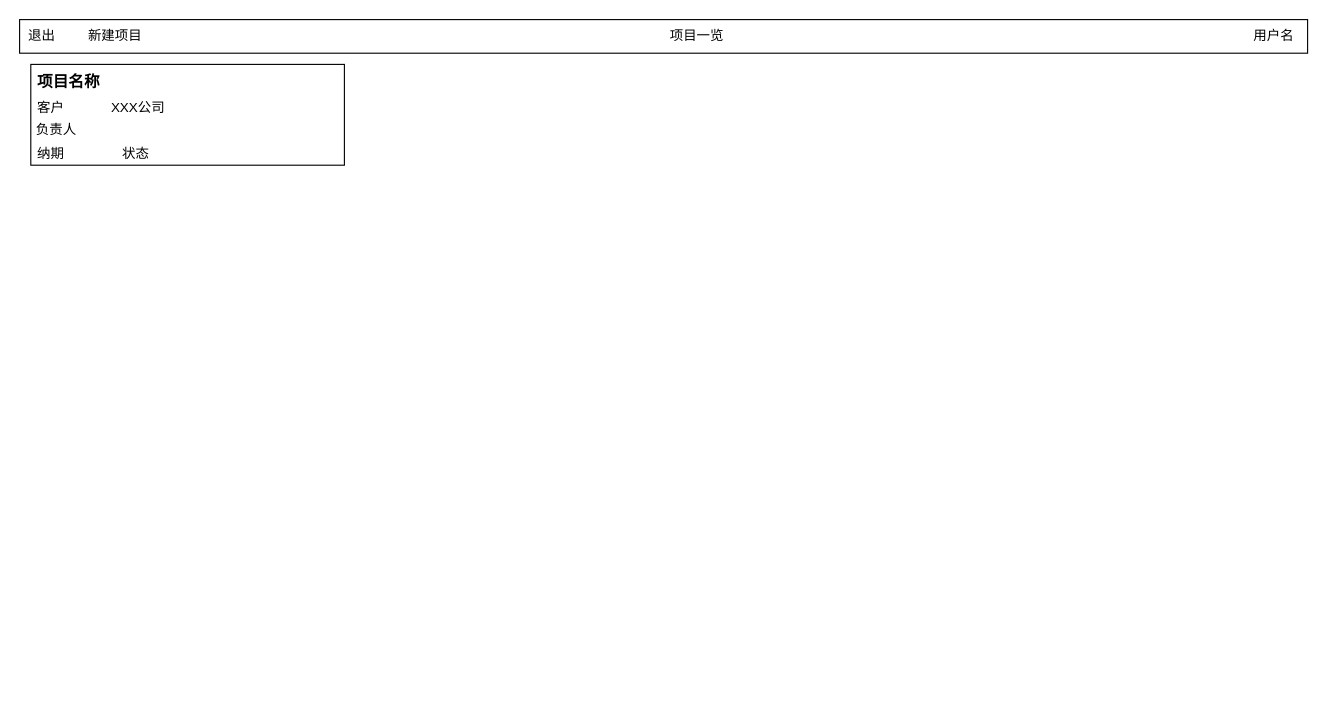
Above: page "pm-projects" (2 of 24) of project-in-action/software-develop-management-system/doc/design/ui/sdms.drawio in callistoctopus/project-all-in-one (draw.io), before the change. Source tidied: cells renumbered, new cells numbered last; positions are measured from the earlier drawing's top-left corner, leaving out a move shared by most shapes. Both pictures are drawn from the tidied source at 112%, with x=0, y=0 at pixel (19, 19).
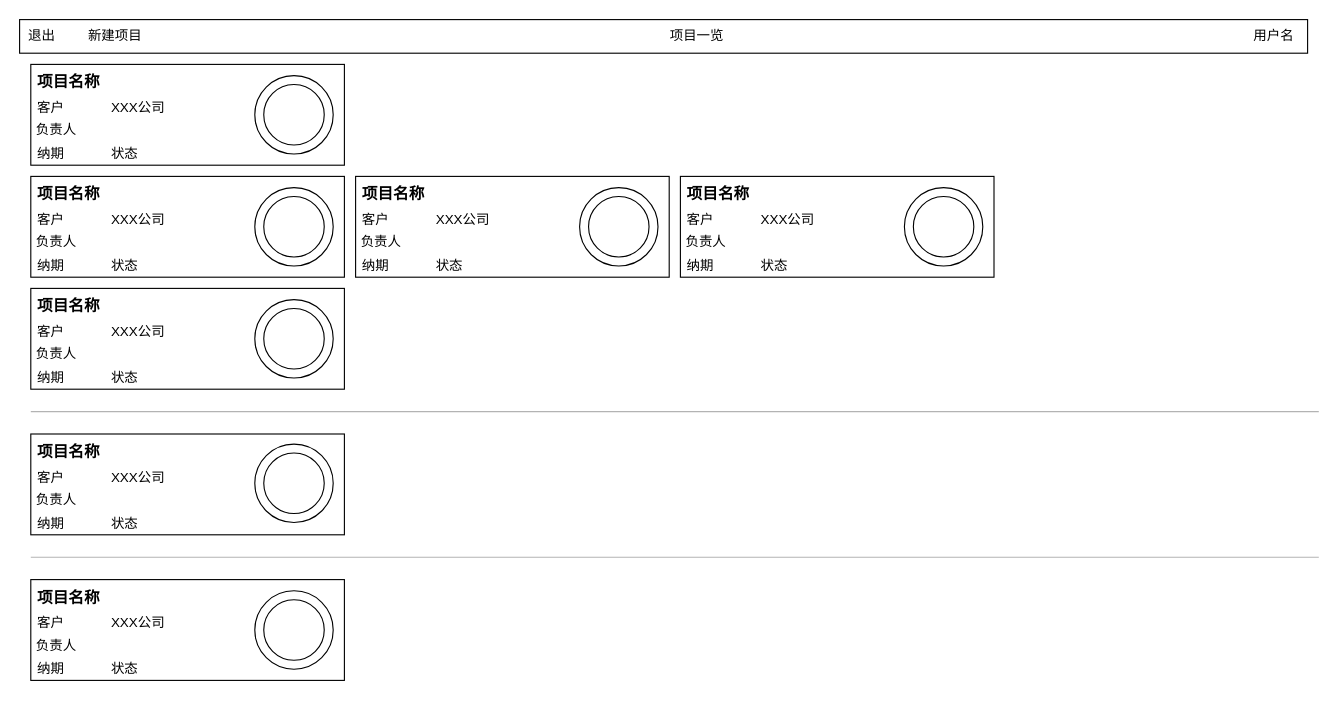
After the change.

What changed in the source:
```diff
@@
     <mxCell id="10" value="状态" style="text;html=1;strokeColor=none;fillColor=none;align=left;verticalAlign=middle;whiteSpace=wrap;rounded=0;" parent="1" vertex="1">
-      <mxGeometry x="90" y="109" width="50" height="22" as="geometry" />
+      <mxGeometry x="80" y="109" width="50" height="22" as="geometry" />
     </mxCell>
@@
+    <mxCell id="14" style="rounded=0;whiteSpace=wrap;html=1;" parent="1" vertex="1">
+      <mxGeometry x="10" y="140" width="280" height="90" as="geometry" />
+    </mxCell>
+    <mxCell id="15" value="项目名称" style="text;html=1;strokeColor=none;fillColor=none;align=left;verticalAlign=middle;whiteSpace=wrap;rounded=0;fontStyle=1;fontSize=14;" parent="1" vertex="1">
+      <mxGeometry x="14" y="146" width="120" height="20" as="geometry" />
+    </mxCell>
+    <mxCell id="16" value="XXX公司" style="text;html=1;strokeColor=none;fillColor=none;align=left;verticalAlign=middle;whiteSpace=wrap;rounded=0;" parent="1" vertex="1">
+      <mxGeometry x="80" y="169" width="60" height="20" as="geometry" />
+    </mxCell>
+    <mxCell id="17" value="负责人" style="text;html=1;strokeColor=none;fillColor=none;align=left;verticalAlign=middle;whiteSpace=wrap;rounded=0;" parent="1" vertex="1">
+      <mxGeometry x="13" y="189" width="40" height="20" as="geometry" />
+    </mxCell>
+    <mxCell id="18" value="纳期" style="text;html=1;strokeColor=none;fillColor=none;align=left;verticalAlign=middle;whiteSpace=wrap;rounded=0;" parent="1" vertex="1">
+      <mxGeometry x="14" y="209" width="50" height="22" as="geometry" />
+    </mxCell>
+    <mxCell id="19" value="状态" style="text;html=1;strokeColor=none;fillColor=none;align=left;verticalAlign=middle;whiteSpace=wrap;rounded=0;" parent="1" vertex="1">
+      <mxGeometry x="80" y="209" width="50" height="22" as="geometry" />
+    </mxCell>
+    <mxCell id="20" value="客户" style="text;html=1;strokeColor=none;fillColor=none;align=left;verticalAlign=middle;whiteSpace=wrap;rounded=0;" parent="1" vertex="1">
+      <mxGeometry x="14" y="169" width="40" height="20" as="geometry" />
+    </mxCell>
+    <mxCell id="21" style="rounded=0;whiteSpace=wrap;html=1;" parent="1" vertex="1">
+      <mxGeometry x="300" y="140" width="280" height="90" as="geometry" />
+    </mxCell>
+    <mxCell id="22" value="项目名称" style="text;html=1;strokeColor=none;fillColor=none;align=left;verticalAlign=middle;whiteSpace=wrap;rounded=0;fontStyle=1;fontSize=14;" parent="1" vertex="1">
+      <mxGeometry x="304" y="146" width="120" height="20" as="geometry" />
+    </mxCell>
+    <mxCell id="23" value="XXX公司" style="text;html=1;strokeColor=none;fillColor=none;align=left;verticalAlign=middle;whiteSpace=wrap;rounded=0;" parent="1" vertex="1">
+      <mxGeometry x="370" y="169" width="60" height="20" as="geometry" />
+    </mxCell>
+    <mxCell id="24" value="负责人" style="text;html=1;strokeColor=none;fillColor=none;align=left;verticalAlign=middle;whiteSpace=wrap;rounded=0;" parent="1" vertex="1">
+      <mxGeometry x="303" y="189" width="40" height="20" as="geometry" />
+    </mxCell>
+    <mxCell id="25" value="纳期" style="text;html=1;strokeColor=none;fillColor=none;align=left;verticalAlign=middle;whiteSpace=wrap;rounded=0;" parent="1" vertex="1">
+      <mxGeometry x="304" y="209" width="50" height="22" as="geometry" />
+    </mxCell>
+    <mxCell id="26" value="状态" style="text;html=1;strokeColor=none;fillColor=none;align=left;verticalAlign=middle;whiteSpace=wrap;rounded=0;" parent="1" vertex="1">
+      <mxGeometry x="370" y="209" width="50" height="22" as="geometry" />
+    </mxCell>
+    <mxCell id="27" value="客户" style="text;html=1;strokeColor=none;fillColor=none;align=left;verticalAlign=middle;whiteSpace=wrap;rounded=0;" parent="1" vertex="1">
+      <mxGeometry x="304" y="169" width="40" height="20" as="geometry" />
+    </mxCell>
+    <mxCell id="28" style="rounded=0;whiteSpace=wrap;html=1;" parent="1" vertex="1">
+      <mxGeometry x="590" y="140" width="280" height="90" as="geometry" />
+    </mxCell>
+    <mxCell id="29" value="项目名称" style="text;html=1;strokeColor=none;fillColor=none;align=left;verticalAlign=middle;whiteSpace=wrap;rounded=0;fontStyle=1;fontSize=14;" parent="1" vertex="1">
+      <mxGeometry x="594" y="146" width="120" height="20" as="geometry" />
+    </mxCell>
+    <mxCell id="30" value="XXX公司" style="text;html=1;strokeColor=none;fillColor=none;align=left;verticalAlign=middle;whiteSpace=wrap;rounded=0;" parent="1" vertex="1">
+      <mxGeometry x="660" y="169" width="60" height="20" as="geometry" />
+    </mxCell>
+    <mxCell id="31" value="负责人" style="text;html=1;strokeColor=none;fillColor=none;align=left;verticalAlign=middle;whiteSpace=wrap;rounded=0;" parent="1" vertex="1">
+      <mxGeometry x="593" y="189" width="40" height="20" as="geometry" />
+    </mxCell>
+    <mxCell id="32" value="纳期" style="text;html=1;strokeColor=none;fillColor=none;align=left;verticalAlign=middle;whiteSpace=wrap;rounded=0;" parent="1" vertex="1">
+      <mxGeometry x="594" y="209" width="50" height="22" as="geometry" />
+    </mxCell>
+    <mxCell id="33" value="状态" style="text;html=1;strokeColor=none;fillColor=none;align=left;verticalAlign=middle;whiteSpace=wrap;rounded=0;" parent="1" vertex="1">
+      <mxGeometry x="660" y="209" width="50" height="22" as="geometry" />
+    </mxCell>
+    <mxCell id="34" value="客户" style="text;html=1;strokeColor=none;fillColor=none;align=left;verticalAlign=middle;whiteSpace=wrap;rounded=0;" parent="1" vertex="1">
+      <mxGeometry x="594" y="169" width="40" height="20" as="geometry" />
+    </mxCell>
+    <mxCell id="35" style="rounded=0;whiteSpace=wrap;html=1;" parent="1" vertex="1">
+      <mxGeometry x="10" y="240" width="280" height="90" as="geometry" />
+    </mxCell>
+    <mxCell id="36" value="项目名称" style="text;html=1;strokeColor=none;fillColor=none;align=left;verticalAlign=middle;whiteSpace=wrap;rounded=0;fontStyle=1;fontSize=14;" parent="1" vertex="1">
+      <mxGeometry x="14" y="246" width="120" height="20" as="geometry" />
+    </mxCell>
+    <mxCell id="37" value="XXX公司" style="text;html=1;strokeColor=none;fillColor=none;align=left;verticalAlign=middle;whiteSpace=wrap;rounded=0;" parent="1" vertex="1">
+      <mxGeometry x="80" y="269" width="60" height="20" as="geometry" />
+    </mxCell>
+    <mxCell id="38" value="负责人" style="text;html=1;strokeColor=none;fillColor=none;align=left;verticalAlign=middle;whiteSpace=wrap;rounded=0;" parent="1" vertex="1">
+      <mxGeometry x="13" y="289" width="40" height="20" as="geometry" />
+    </mxCell>
+    <mxCell id="39" value="纳期" style="text;html=1;strokeColor=none;fillColor=none;align=left;verticalAlign=middle;whiteSpace=wrap;rounded=0;" parent="1" vertex="1">
+      <mxGeometry x="14" y="309" width="50" height="22" as="geometry" />
+    </mxCell>
+    <mxCell id="40" value="状态" style="text;html=1;strokeColor=none;fillColor=none;align=left;verticalAlign=middle;whiteSpace=wrap;rounded=0;" parent="1" vertex="1">
+      <mxGeometry x="80" y="309" width="50" height="22" as="geometry" />
+    </mxCell>
+    <mxCell id="41" value="客户" style="text;html=1;strokeColor=none;fillColor=none;align=left;verticalAlign=middle;whiteSpace=wrap;rounded=0;" parent="1" vertex="1">
+      <mxGeometry x="14" y="269" width="40" height="20" as="geometry" />
+    </mxCell>
+    <mxCell id="42" style="rounded=0;whiteSpace=wrap;html=1;" parent="1" vertex="1">
+      <mxGeometry x="10" y="370" width="280" height="90" as="geometry" />
+    </mxCell>
+    <mxCell id="43" value="项目名称" style="text;html=1;strokeColor=none;fillColor=none;align=left;verticalAlign=middle;whiteSpace=wrap;rounded=0;fontStyle=1;fontSize=14;" parent="1" vertex="1">
+      <mxGeometry x="14" y="376" width="120" height="20" as="geometry" />
+    </mxCell>
+    <mxCell id="44" value="XXX公司" style="text;html=1;strokeColor=none;fillColor=none;align=left;verticalAlign=middle;whiteSpace=wrap;rounded=0;" parent="1" vertex="1">
+      <mxGeometry x="80" y="399" width="60" height="20" as="geometry" />
+    </mxCell>
+    <mxCell id="45" value="负责人" style="text;html=1;strokeColor=none;fillColor=none;align=left;verticalAlign=middle;whiteSpace=wrap;rounded=0;" parent="1" vertex="1">
+      <mxGeometry x="13" y="419" width="40" height="20" as="geometry" />
+    </mxCell>
+    <mxCell id="46" value="纳期" style="text;html=1;strokeColor=none;fillColor=none;align=left;verticalAlign=middle;whiteSpace=wrap;rounded=0;" parent="1" vertex="1">
+      <mxGeometry x="14" y="439" width="50" height="22" as="geometry" />
+    </mxCell>
+    <mxCell id="47" value="状态" style="text;html=1;strokeColor=none;fillColor=none;align=left;verticalAlign=middle;whiteSpace=wrap;rounded=0;" parent="1" vertex="1">
+      <mxGeometry x="80" y="439" width="50" height="22" as="geometry" />
+    </mxCell>
+    <mxCell id="48" value="客户" style="text;html=1;strokeColor=none;fillColor=none;align=left;verticalAlign=middle;whiteSpace=wrap;rounded=0;" parent="1" vertex="1">
+      <mxGeometry x="14" y="399" width="40" height="20" as="geometry" />
+    </mxCell>
+    <mxCell id="49" style="endArrow=none;html=1;strokeColor=#B3B3B3;" parent="1" edge="1">
+      <mxGeometry relative="1" as="geometry">
+        <mxPoint x="10" y="350" as="sourcePoint" />
+        <mxPoint x="1160" y="350" as="targetPoint" />
+      </mxGeometry>
+    </mxCell>
+    <mxCell id="50" style="endArrow=none;html=1;strokeColor=#B3B3B3;" parent="1" edge="1">
+      <mxGeometry relative="1" as="geometry">
+        <mxPoint x="10" y="480" as="sourcePoint" />
+        <mxPoint x="1160" y="480" as="targetPoint" />
+      </mxGeometry>
+    </mxCell>
+    <mxCell id="51" style="rounded=0;whiteSpace=wrap;html=1;" parent="1" vertex="1">
+      <mxGeometry x="10" y="500" width="280" height="90" as="geometry" />
+    </mxCell>
+    <mxCell id="52" value="项目名称" style="text;html=1;strokeColor=none;fillColor=none;align=left;verticalAlign=middle;whiteSpace=wrap;rounded=0;fontStyle=1;fontSize=14;" parent="1" vertex="1">
+      <mxGeometry x="14" y="506" width="120" height="20" as="geometry" />
+    </mxCell>
+    <mxCell id="53" value="XXX公司" style="text;html=1;strokeColor=none;fillColor=none;align=left;verticalAlign=middle;whiteSpace=wrap;rounded=0;" parent="1" vertex="1">
+      <mxGeometry x="80" y="529" width="60" height="20" as="geometry" />
+    </mxCell>
+    <mxCell id="54" value="负责人" style="text;html=1;strokeColor=none;fillColor=none;align=left;verticalAlign=middle;whiteSpace=wrap;rounded=0;" parent="1" vertex="1">
+      <mxGeometry x="13" y="549" width="40" height="20" as="geometry" />
+    </mxCell>
+    <mxCell id="55" value="纳期" style="text;html=1;strokeColor=none;fillColor=none;align=left;verticalAlign=middle;whiteSpace=wrap;rounded=0;" parent="1" vertex="1">
+      <mxGeometry x="14" y="569" width="50" height="22" as="geometry" />
+    </mxCell>
+    <mxCell id="56" value="状态" style="text;html=1;strokeColor=none;fillColor=none;align=left;verticalAlign=middle;whiteSpace=wrap;rounded=0;" parent="1" vertex="1">
+      <mxGeometry x="80" y="569" width="50" height="22" as="geometry" />
+    </mxCell>
+    <mxCell id="57" value="客户" style="text;html=1;strokeColor=none;fillColor=none;align=left;verticalAlign=middle;whiteSpace=wrap;rounded=0;" parent="1" vertex="1">
+      <mxGeometry x="14" y="529" width="40" height="20" as="geometry" />
+    </mxCell>
+    <mxCell id="58" style="verticalLabelPosition=bottom;verticalAlign=top;html=1;shape=mxgraph.basic.donut;dx=8;" parent="1" vertex="1">
+      <mxGeometry x="210" y="50" width="70" height="70" as="geometry" />
+    </mxCell>
+    <mxCell id="59" style="verticalLabelPosition=bottom;verticalAlign=top;html=1;shape=mxgraph.basic.donut;dx=8;" parent="1" vertex="1">
+      <mxGeometry x="210" y="150" width="70" height="70" as="geometry" />
+    </mxCell>
+    <mxCell id="60" style="verticalLabelPosition=bottom;verticalAlign=top;html=1;shape=mxgraph.basic.donut;dx=8;" parent="1" vertex="1">
+      <mxGeometry x="500" y="150" width="70" height="70" as="geometry" />
+    </mxCell>
+    <mxCell id="61" style="verticalLabelPosition=bottom;verticalAlign=top;html=1;shape=mxgraph.basic.donut;dx=8;" parent="1" vertex="1">
+      <mxGeometry x="790" y="150" width="70" height="70" as="geometry" />
+    </mxCell>
+    <mxCell id="62" style="verticalLabelPosition=bottom;verticalAlign=top;html=1;shape=mxgraph.basic.donut;dx=8;" parent="1" vertex="1">
+      <mxGeometry x="210" y="250" width="70" height="70" as="geometry" />
+    </mxCell>
+    <mxCell id="63" style="verticalLabelPosition=bottom;verticalAlign=top;html=1;shape=mxgraph.basic.donut;dx=8;" parent="1" vertex="1">
+      <mxGeometry x="210" y="379" width="70" height="70" as="geometry" />
+    </mxCell>
+    <mxCell id="64" style="verticalLabelPosition=bottom;verticalAlign=top;html=1;shape=mxgraph.basic.donut;dx=8;" parent="1" vertex="1">
+      <mxGeometry x="210" y="510" width="70" height="70" as="geometry" />
+    </mxCell>
```
